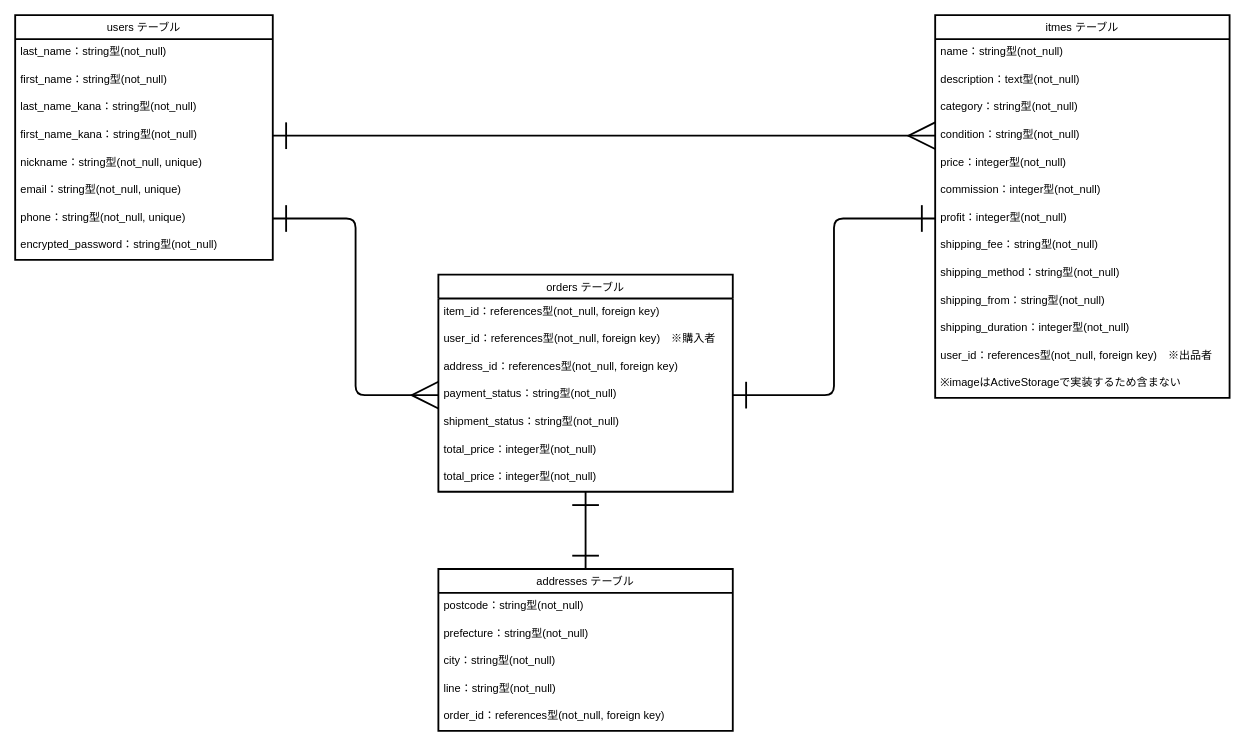
The draw.io diagram furimaER.dio in sssan-tech/furima-41472, before the edit. Source tidied: cells renumbered, new cells numbered last; positions are measured from the earlier drawing's top-left corner, leaving out a move shared by most shapes. Both pictures are drawn from the tidied source at 92%, with x=0, y=0 at pixel (15, 15).
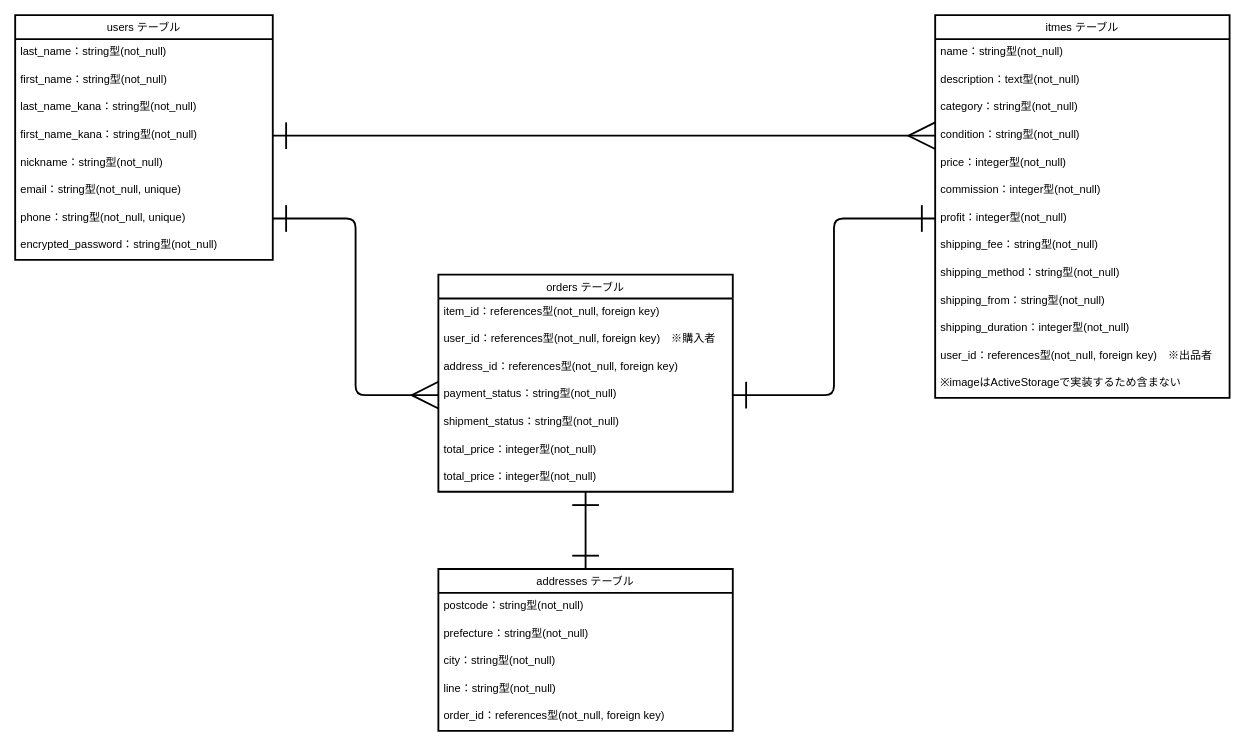
The same page after the edit.

Commit message (it also covers changes not shown here):
nicknameカラムの一意制約削除

Unchanged cells that the change refers to:
```xml
<mxCell id="2" value="users テーブル" style="swimlane;fontStyle=0;horizontal=1;startSize=26;align=center;fontSize=12;labelBackgroundColor=none;labelBorderColor=none;strokeWidth=2;swimlaneFillColor=default;" parent="1" vertex="1">
  <mxGeometry width="280" height="266" as="geometry" />
</mxCell>
```

The edit, as a diff of the source:
```diff
@@
-    <mxCell id="7" value="nickname：string型(not_null, unique)" style="text;spacingLeft=4;spacingRight=4;overflow=hidden;fontSize=12;labelBackgroundColor=none;labelBorderColor=none;strokeWidth=2;" parent="2" vertex="1">
+    <mxCell id="7" value="nickname：string型(not_null)" style="text;spacingLeft=4;spacingRight=4;overflow=hidden;fontSize=12;labelBackgroundColor=none;labelBorderColor=none;strokeWidth=2;" parent="2" vertex="1">
       <mxGeometry y="146" width="280" height="30" as="geometry" />
     </mxCell>
```
